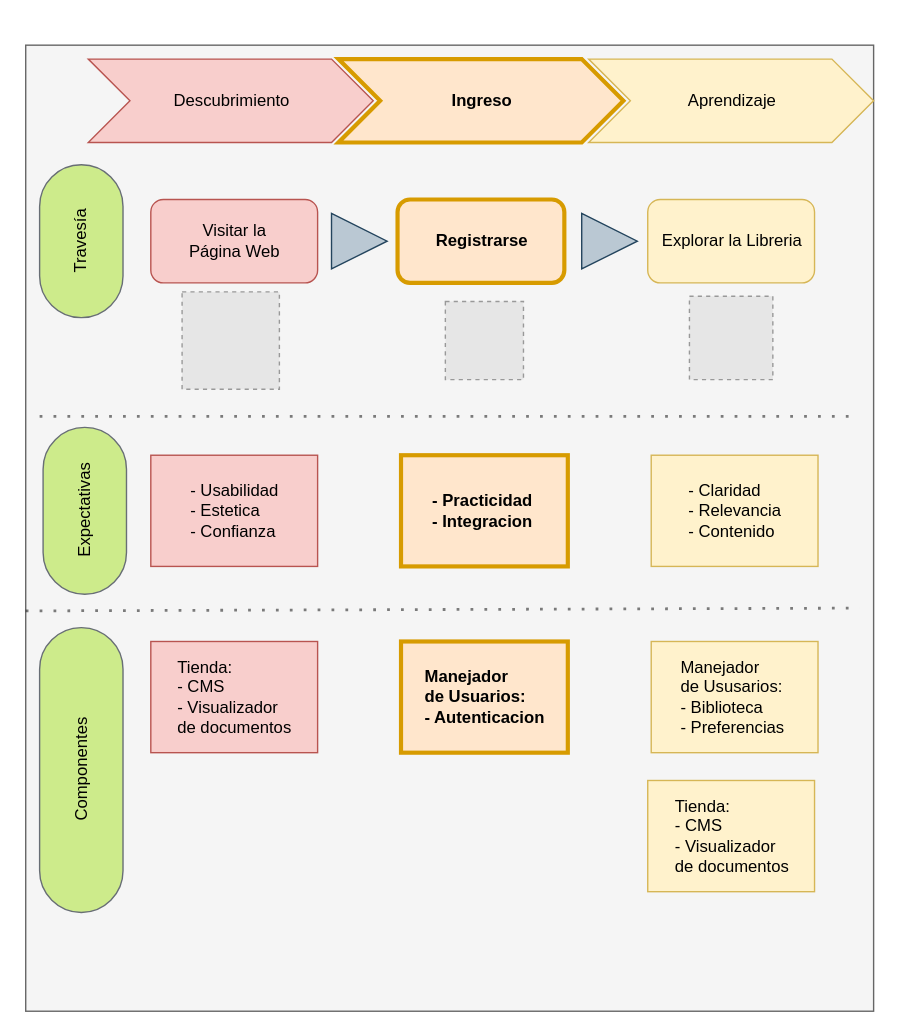
Above: page "Fase 2" (3 of 7) of client journey.drawio in segurajhona/arqui-katas (draw.io), before the change. Source tidied: cells renumbered, new cells numbered last; positions are measured from the earlier drawing's top-left corner, leaving out a move shared by most shapes. Both pictures are drawn from the tidied source at 139%, with x=0, y=0 at pixel (-61, 44). Pictures stored in the file or linked from it are replaced by grey dashed boxes.
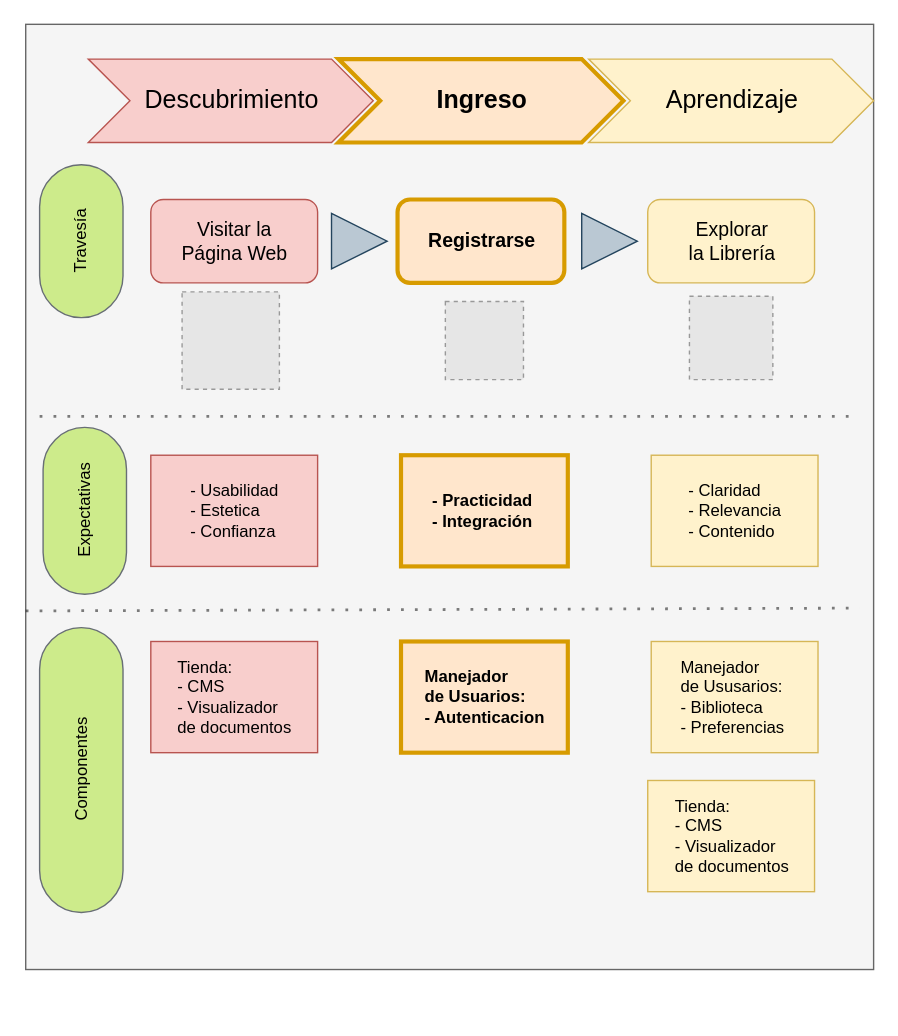
Above is the later version.

The edit, as a diff of the source:
```diff
@@
     <mxCell id="2" style="rounded=0;html=1;fillColor=#f5f5f5;fontColor=#000000;strokeColor=#666666;labelBackgroundColor=none;labelBorderColor=none;" parent="1" vertex="1">
-      <mxGeometry x="62" width="610" height="695" as="geometry" />
+      <mxGeometry x="62" y="-15" width="610" height="680" as="geometry" />
     </mxCell>
-    <mxCell id="3" value="Visitar la &lt;br&gt;Página Web" style="rounded=1;html=1;fillColor=#f8cecc;strokeColor=#b85450;labelBackgroundColor=none;labelBorderColor=none;fontColor=#000000;" parent="1" vertex="1">
+    <mxCell id="3" value="&lt;font style=&quot;font-size: 14px;&quot;&gt;Visitar la &lt;br&gt;Página Web&lt;/font&gt;" style="rounded=1;html=1;fillColor=#f8cecc;strokeColor=#b85450;labelBackgroundColor=none;labelBorderColor=none;fontColor=#000000;" parent="1" vertex="1">
       <mxGeometry x="152" y="111" width="120" height="60" as="geometry" />
     </mxCell>
-    <mxCell id="4" value="&lt;b&gt;Registrarse&lt;/b&gt;" style="rounded=1;html=1;fillColor=#ffe6cc;strokeColor=#d79b00;labelBackgroundColor=none;labelBorderColor=none;fontColor=#000000;strokeWidth=3;" parent="1" vertex="1">
+    <mxCell id="4" value="&lt;b&gt;&lt;font style=&quot;font-size: 14px;&quot;&gt;Registrarse&lt;/font&gt;&lt;/b&gt;" style="rounded=1;html=1;fillColor=#ffe6cc;strokeColor=#d79b00;labelBackgroundColor=none;labelBorderColor=none;fontColor=#000000;strokeWidth=3;" parent="1" vertex="1">
       <mxGeometry x="329.5" y="111" width="120" height="60" as="geometry" />
     </mxCell>
-    <mxCell id="5" value="Explorar la Libreria" style="rounded=1;html=1;fillColor=#fff2cc;strokeColor=#d6b656;labelBackgroundColor=none;labelBorderColor=none;fontColor=#000000;" parent="1" vertex="1">
+    <mxCell id="5" value="&lt;font style=&quot;font-size: 14px;&quot;&gt;Explorar &lt;br&gt;la Librería&lt;/font&gt;" style="rounded=1;html=1;fillColor=#fff2cc;strokeColor=#d6b656;labelBackgroundColor=none;labelBorderColor=none;fontColor=#000000;" parent="1" vertex="1">
       <mxGeometry x="509.5" y="111" width="120" height="60" as="geometry" />
     </mxCell>
-    <mxCell id="6" value="Descubrimiento" style="html=1;shadow=0;dashed=0;align=center;verticalAlign=middle;shape=mxgraph.arrows2.arrow;dy=0;dx=30;notch=30;fillColor=#f8cecc;strokeColor=#b85450;labelBackgroundColor=none;labelBorderColor=none;fontColor=#000000;" parent="1" vertex="1">
+    <mxCell id="6" value="&lt;font style=&quot;font-size: 18px;&quot;&gt;Descubrimiento&lt;/font&gt;" style="html=1;shadow=0;dashed=0;align=center;verticalAlign=middle;shape=mxgraph.arrows2.arrow;dy=0;dx=30;notch=30;fillColor=#f8cecc;strokeColor=#b85450;labelBackgroundColor=none;labelBorderColor=none;fontColor=#000000;" parent="1" vertex="1">
       <mxGeometry x="107" y="10" width="205" height="60" as="geometry" />
     </mxCell>
-    <mxCell id="7" value="&lt;b&gt;Ingreso&lt;/b&gt;" style="html=1;shadow=0;dashed=0;align=center;verticalAlign=middle;shape=mxgraph.arrows2.arrow;dy=0;dx=30;notch=30;fillColor=#ffe6cc;strokeColor=#d79b00;labelBackgroundColor=none;labelBorderColor=none;fontColor=#000000;strokeWidth=3;" parent="1" vertex="1">
+    <mxCell id="7" value="&lt;b&gt;&lt;font style=&quot;font-size: 18px;&quot;&gt;Ingreso&lt;/font&gt;&lt;/b&gt;" style="html=1;shadow=0;dashed=0;align=center;verticalAlign=middle;shape=mxgraph.arrows2.arrow;dy=0;dx=30;notch=30;fillColor=#ffe6cc;strokeColor=#d79b00;labelBackgroundColor=none;labelBorderColor=none;fontColor=#000000;strokeWidth=3;" parent="1" vertex="1">
       <mxGeometry x="287" y="10" width="205" height="60" as="geometry" />
     </mxCell>
-    <mxCell id="8" value="Aprendizaje" style="html=1;shadow=0;dashed=0;align=center;verticalAlign=middle;shape=mxgraph.arrows2.arrow;dy=0;dx=30;notch=30;fillColor=#fff2cc;strokeColor=#d6b656;labelBackgroundColor=none;labelBorderColor=none;fontColor=#000000;" parent="1" vertex="1">
+    <mxCell id="8" value="&lt;font style=&quot;font-size: 18px;&quot;&gt;Aprendizaje&lt;/font&gt;" style="html=1;shadow=0;dashed=0;align=center;verticalAlign=middle;shape=mxgraph.arrows2.arrow;dy=0;dx=30;notch=30;fillColor=#fff2cc;strokeColor=#d6b656;labelBackgroundColor=none;labelBorderColor=none;fontColor=#000000;" parent="1" vertex="1">
       <mxGeometry x="467" y="10" width="205" height="60" as="geometry" />
     </mxCell>
@@
-    <mxCell id="13" value="&lt;div style=&quot;text-align: left;&quot;&gt;&lt;div&gt;&lt;b&gt;- Practicidad&lt;/b&gt;&lt;/div&gt;&lt;div&gt;&lt;b&gt;- Integracion&lt;span style=&quot;&quot;&gt;&amp;nbsp;&lt;/span&gt;&lt;/b&gt;&lt;/div&gt;&lt;/div&gt;" style="rounded=0;html=1;fillColor=#ffe6cc;strokeColor=#d79b00;labelBackgroundColor=none;labelBorderColor=none;fontColor=#000000;strokeWidth=3;" parent="1" vertex="1">
+    <mxCell id="13" value="&lt;div style=&quot;text-align: left;&quot;&gt;&lt;div&gt;&lt;b&gt;- Practicidad&lt;/b&gt;&lt;/div&gt;&lt;div&gt;&lt;b&gt;- Integración&lt;span style=&quot;&quot;&gt;&amp;nbsp;&lt;/span&gt;&lt;/b&gt;&lt;/div&gt;&lt;/div&gt;" style="rounded=0;html=1;fillColor=#ffe6cc;strokeColor=#d79b00;labelBackgroundColor=none;labelBorderColor=none;fontColor=#000000;strokeWidth=3;" parent="1" vertex="1">
       <mxGeometry x="332" y="295" width="120" height="80" as="geometry" />
     </mxCell>
```
